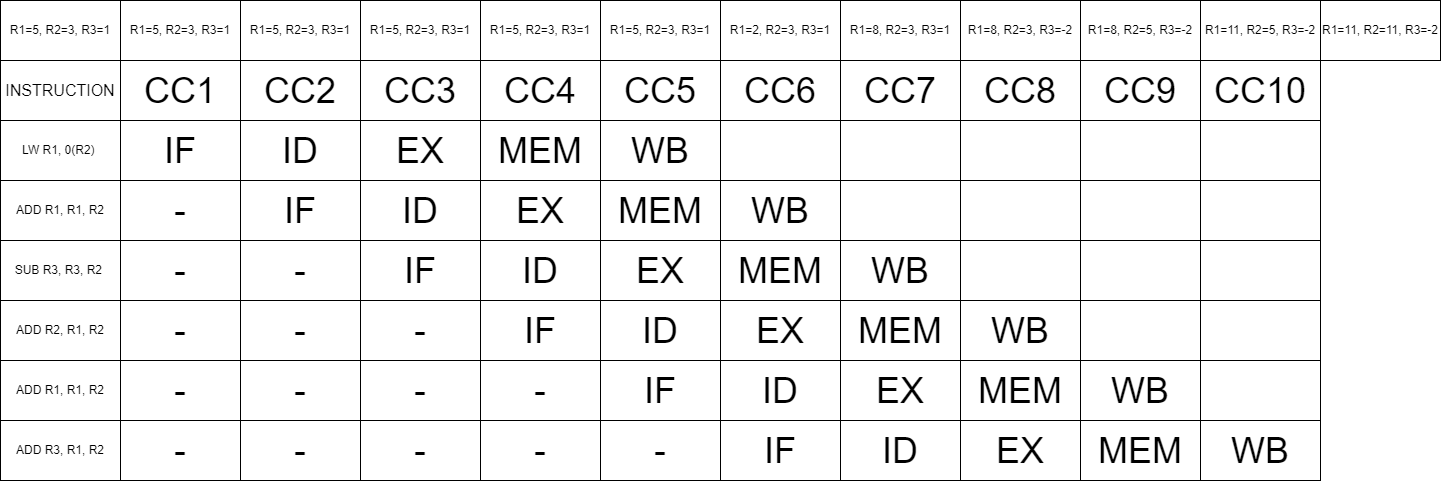
Earlier version of the draw.io export Assign4_Part1_Ex4.png (ni-sauvage/CS34021). Source tidied: cells renumbered, new cells last; positions are measured from the earlier drawing's top-left corner, leaving out a move shared by most shapes.
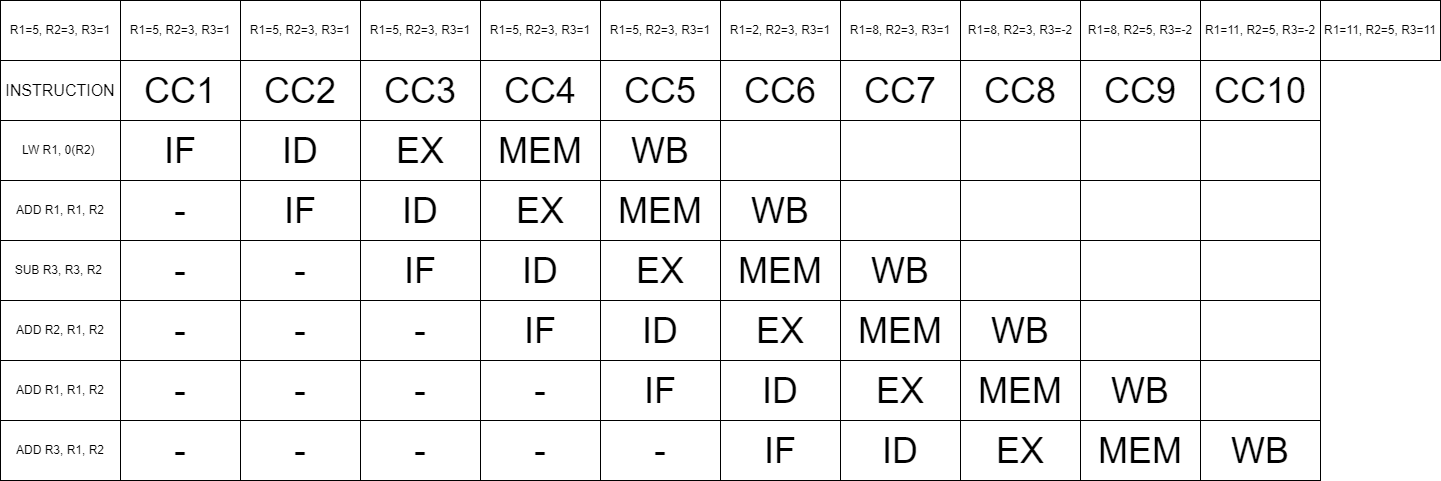
The same diagram one commit later.

Change to the diagram source:
```diff
@@ -266,7 +266,7 @@
     <mxCell id="89" value="&lt;span&gt;R1=11, R2=5, R3=-2&lt;/span&gt;" style="rounded=0;whiteSpace=wrap;html=1;" parent="1" vertex="1">
       <mxGeometry x="1200" width="120" height="60" as="geometry" />
     </mxCell>
-    <mxCell id="90" value="&lt;span&gt;R1=11, R2=11, R3=-2&lt;/span&gt;" style="rounded=0;whiteSpace=wrap;html=1;" parent="1" vertex="1">
+    <mxCell id="90" value="&lt;span&gt;R1=11, R2=5, R3=11&lt;/span&gt;" style="rounded=0;whiteSpace=wrap;html=1;" parent="1" vertex="1">
       <mxGeometry x="1320" width="120" height="60" as="geometry" />
     </mxCell>
   </root>
```
